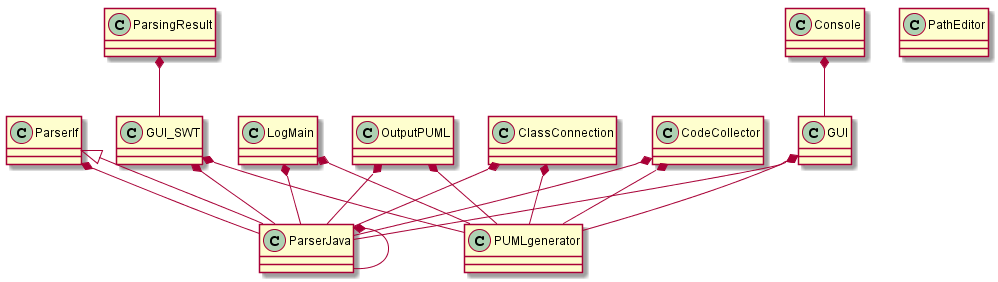
Before: code/tmp.png, a diagram exported from PlantUML (coffeemore/puml). The source it was exported from:
```plantuml
@startuml
class ParserIf
class ClassConnection
class CodeCollector
class Console
class GUI
class GUI_SWT
class LogMain
class OutputPUML
class ParserJava
class ParsingResult
class PathEditor
class PUMLgenerator
Console *-- GUI
ParsingResult *-- GUI_SWT
ParserIf *-- ParserJava
ClassConnection *-- ParserJava
CodeCollector *-- ParserJava
GUI *-- ParserJava
GUI_SWT *-- ParserJava
LogMain *-- ParserJava
OutputPUML *-- ParserJava
ParserJava *-- ParserJava
ClassConnection *-- PUMLgenerator
CodeCollector *-- PUMLgenerator
GUI *-- PUMLgenerator
GUI_SWT *-- PUMLgenerator
LogMain *-- PUMLgenerator
OutputPUML *-- PUMLgenerator
ParserJava --|> ParserIf
@enduml
```
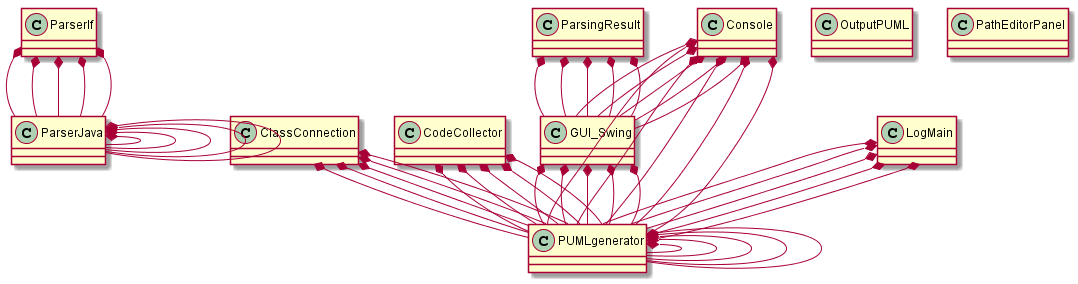
After the commit.

Diff of the diagram source:
```diff
@@ -3,29 +3,72 @@
 class ClassConnection
 class CodeCollector
 class Console
-class GUI
-class GUI_SWT
+class GUI_Swing
 class LogMain
 class OutputPUML
+class PUMLgenerator
 class ParserJava
 class ParsingResult
-class PathEditor
+class PathEditorPanel
+class ParserIf
+class ClassConnection
+class CodeCollector
+class Console
+class GUI_Swing
+class LogMain
+class OutputPUML
 class PUMLgenerator
-Console *-- GUI
-ParsingResult *-- GUI_SWT
-ParserIf *-- ParserJava
-ClassConnection *-- ParserJava
-CodeCollector *-- ParserJava
-GUI *-- ParserJava
-GUI_SWT *-- ParserJava
-LogMain *-- ParserJava
-OutputPUML *-- ParserJava
-ParserJava *-- ParserJava
+class ParserJava
+class ParsingResult
+class PathEditorPanel
+Console *-- GUI_Swing
+ParsingResult *-- GUI_Swing
 ClassConnection *-- PUMLgenerator
 CodeCollector *-- PUMLgenerator
-GUI *-- PUMLgenerator
-GUI_SWT *-- PUMLgenerator
+Console *-- PUMLgenerator
+GUI_Swing *-- PUMLgenerator
 LogMain *-- PUMLgenerator
-OutputPUML *-- PUMLgenerator
-ParserJava --|> ParserIf
+PUMLgenerator *-- PUMLgenerator
+ParserIf *-- ParserJava
+ParserJava *-- ParserJava
+Console *-- GUI_Swing
+ParsingResult *-- GUI_Swing
+Console *-- GUI_Swing
+ParsingResult *-- GUI_Swing
+ClassConnection *-- PUMLgenerator
+CodeCollector *-- PUMLgenerator
+Console *-- PUMLgenerator
+GUI_Swing *-- PUMLgenerator
+LogMain *-- PUMLgenerator
+PUMLgenerator *-- PUMLgenerator
+ClassConnection *-- PUMLgenerator
+CodeCollector *-- PUMLgenerator
+Console *-- PUMLgenerator
+GUI_Swing *-- PUMLgenerator
+LogMain *-- PUMLgenerator
+PUMLgenerator *-- PUMLgenerator
+ParserIf *-- ParserJava
+ParserJava *-- ParserJava
+ParserIf *-- ParserJava
+ParserJava *-- ParserJava
+Console *-- GUI_Swing
+ParsingResult *-- GUI_Swing
+Console *-- GUI_Swing
+ParsingResult *-- GUI_Swing
+ClassConnection *-- PUMLgenerator
+CodeCollector *-- PUMLgenerator
+Console *-- PUMLgenerator
+GUI_Swing *-- PUMLgenerator
+LogMain *-- PUMLgenerator
+PUMLgenerator *-- PUMLgenerator
+ClassConnection *-- PUMLgenerator
+CodeCollector *-- PUMLgenerator
+Console *-- PUMLgenerator
+GUI_Swing *-- PUMLgenerator
+LogMain *-- PUMLgenerator
+PUMLgenerator *-- PUMLgenerator
+ParserIf *-- ParserJava
+ParserJava *-- ParserJava
+ParserIf *-- ParserJava
+ParserJava *-- ParserJava
 @enduml
```
